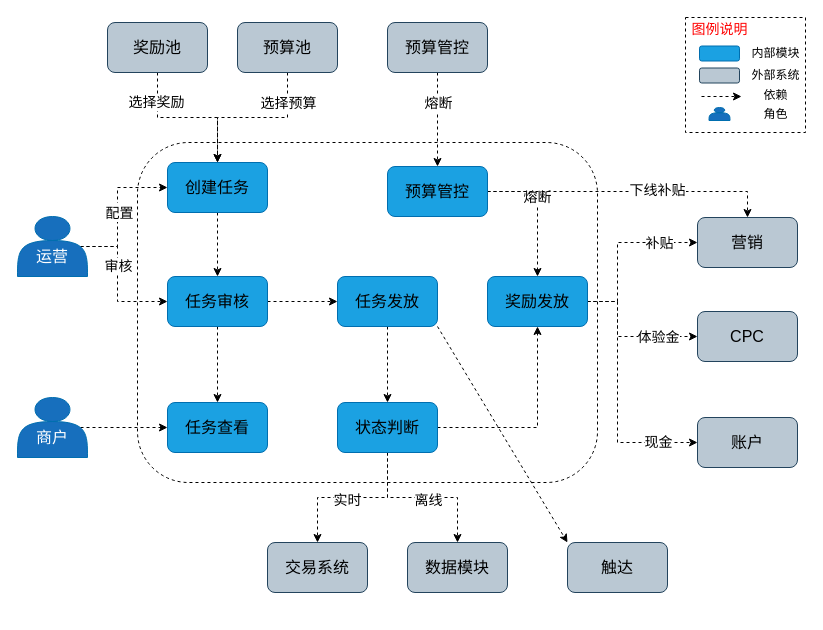
This is 疫情春保.drawio from jon-kong/draw.io, a draw.io file, before an edit. Source tidied: cells renumbered, new cells numbered last; positions are measured from the earlier drawing's top-left corner, leaving out a move shared by most shapes. Both pictures are drawn from the tidied source at 100%, with x=0, y=0 at pixel (17, 17).
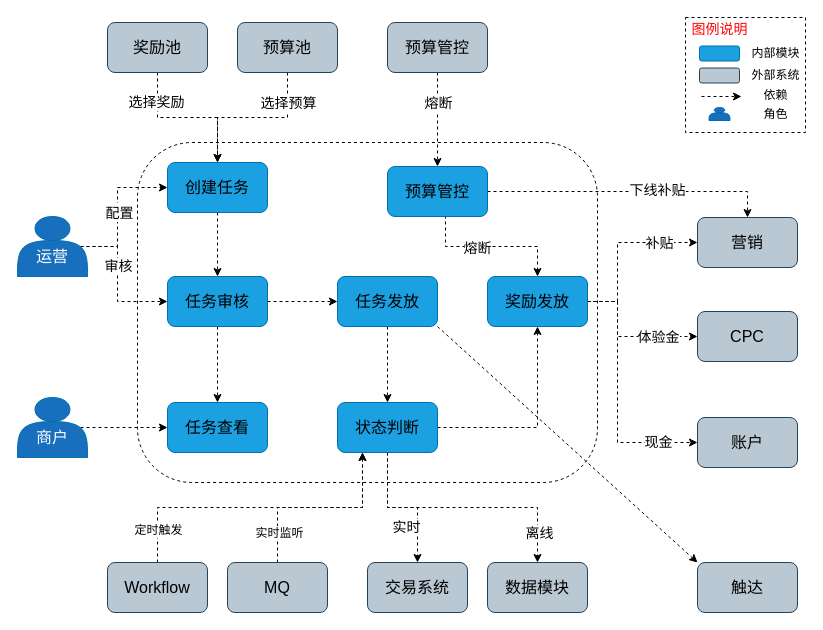
The same page after the edit.

Unchanged cells that the change refers to:
```xml
<mxCell id="29" value="预算管控" style="rounded=1;whiteSpace=wrap;html=1;fillColor=#1ba1e2;strokeColor=#006EAF;fontColor=#000000;fontSize=16;" parent="1" vertex="1">
  <mxGeometry x="370" y="149" width="100" height="50" as="geometry" />
</mxCell>
<mxCell id="31" style="edgeStyle=orthogonalEdgeStyle;rounded=0;jettySize=auto;html=1;exitX=0.5;exitY=1;exitDx=0;exitDy=0;dashed=1;fontSize=14;fontColor=#000000;" parent="1" edge="1" source="35" target="46">
  <mxGeometry relative="1" as="geometry" />
</mxCell>
<mxCell id="35" value="状态判断" style="rounded=1;whiteSpace=wrap;html=1;fillColor=#1ba1e2;strokeColor=#006EAF;fontColor=#000000;fontSize=16;" parent="1" vertex="1">
  <mxGeometry x="320" y="385" width="100" height="50" as="geometry" />
</mxCell>
<mxCell id="42" value="奖励发放" style="rounded=1;whiteSpace=wrap;html=1;fillColor=#1ba1e2;strokeColor=#006EAF;fontColor=#000000;fontSize=16;" parent="1" vertex="1">
  <mxGeometry x="470" y="259" width="100" height="50" as="geometry" />
</mxCell>
```

What changed in the source:
```diff
@@
-    <mxCell id="2" style="rounded=1;whiteSpace=wrap;html=1;dashed=1;" parent="1" vertex="1">
+    <mxCell id="2" style="rounded=1;whiteSpace=wrap;html=1;dashed=1;arcSize=16;" parent="1" vertex="1">
       <mxGeometry x="120" y="125" width="460" height="340" as="geometry" />
     </mxCell>
@@
-    <mxCell id="25" style="edgeStyle=orthogonalEdgeStyle;rounded=0;jettySize=auto;html=1;exitX=1;exitY=0.5;exitDx=0;exitDy=0;dashed=1;fontSize=14;fontColor=#000000;" parent="1" edge="1" source="29" target="42">
+    <mxCell id="25" style="edgeStyle=orthogonalEdgeStyle;rounded=0;jettySize=auto;html=1;exitX=0.58;exitY=0.98;exitDx=0;exitDy=0;dashed=1;fontSize=14;fontColor=#000000;exitPerimeter=0;" parent="1" edge="1" source="29" target="42">
       <mxGeometry relative="1" as="geometry" />
     </mxCell>
@@
     <mxCell id="32" value="实时" style="text;html=1;align=center;verticalAlign=middle;labelBackgroundColor=#ffffff;fontSize=14;fontColor=#000000;" parent="31" vertex="1">
-      <mxGeometry x="0.07" y="2" relative="1" as="geometry" />
+      <mxGeometry x="0.07" y="2" relative="1" as="geometry">
+        <mxPoint x="-2" y="21" as="offset" />
+      </mxGeometry>
     </mxCell>
-    <mxCell id="33" style="edgeStyle=orthogonalEdgeStyle;rounded=0;jettySize=auto;html=1;exitX=0.5;exitY=1;exitDx=0;exitDy=0;dashed=1;fontSize=14;fontColor=#000000;" parent="1" edge="1" source="35" target="47">
+    <mxCell id="33" style="edgeStyle=orthogonalEdgeStyle;rounded=0;jettySize=auto;html=1;exitX=0.5;exitY=1;exitDx=0;exitDy=0;dashed=1;fontSize=14;fontColor=#000000;entryX=0.5;entryY=0;entryDx=0;entryDy=0;" parent="1" edge="1" source="35" target="47">
       <mxGeometry relative="1" as="geometry" />
     </mxCell>
     <mxCell id="34" value="离线" style="text;html=1;align=center;verticalAlign=middle;labelBackgroundColor=#ffffff;fontSize=14;fontColor=#000000;" parent="33" vertex="1">
       <mxGeometry x="0.53" y="1" relative="1" as="geometry">
-        <mxPoint x="-31" y="-5" as="offset" />
+        <mxPoint x="7" y="26" as="offset" />
       </mxGeometry>
     </mxCell>
@@
     <mxCell id="46" value="交易系统" style="rounded=1;whiteSpace=wrap;html=1;fillColor=#bac8d3;strokeColor=#23445d;fontSize=16;" parent="1" vertex="1">
-      <mxGeometry x="250" y="525" width="100" height="50" as="geometry" />
+      <mxGeometry x="350" y="545" width="100" height="50" as="geometry" />
     </mxCell>
     <mxCell id="47" value="数据模块" style="rounded=1;whiteSpace=wrap;html=1;fillColor=#bac8d3;strokeColor=#23445d;fontSize=16;" parent="1" vertex="1">
-      <mxGeometry x="390" y="525" width="100" height="50" as="geometry" />
+      <mxGeometry x="470" y="545" width="100" height="50" as="geometry" />
     </mxCell>
@@
     <mxCell id="61" value="触达" style="rounded=1;whiteSpace=wrap;html=1;fillColor=#bac8d3;strokeColor=#23445d;fontSize=16;" parent="1" vertex="1">
-      <mxGeometry x="550" y="525" width="100" height="50" as="geometry" />
+      <mxGeometry x="680" y="545" width="100" height="50" as="geometry" />
     </mxCell>
+    <mxCell id="62" style="edgeStyle=orthogonalEdgeStyle;rounded=0;jettySize=auto;html=1;exitX=0.5;exitY=0;exitDx=0;exitDy=0;entryX=0.25;entryY=1;entryDx=0;entryDy=0;dashed=1;fontSize=12;fontColor=#000000;" parent="1" edge="1" source="64" target="35">
+      <mxGeometry relative="1" as="geometry" />
+    </mxCell>
+    <mxCell id="63" value="定时触发" style="text;html=1;align=center;verticalAlign=middle;labelBackgroundColor=#ffffff;fontSize=12;fontColor=#000000;" parent="62" vertex="1">
+      <mxGeometry x="-0.74" y="-3" relative="1" as="geometry">
+        <mxPoint x="-3" y="8" as="offset" />
+      </mxGeometry>
+    </mxCell>
+    <mxCell id="64" value="Workflow" style="rounded=1;whiteSpace=wrap;html=1;fillColor=#bac8d3;strokeColor=#23445d;fontSize=16;" parent="1" vertex="1">
+      <mxGeometry x="90" y="545" width="100" height="50" as="geometry" />
+    </mxCell>
+    <mxCell id="65" style="edgeStyle=orthogonalEdgeStyle;rounded=0;jettySize=auto;html=1;exitX=0.5;exitY=0;exitDx=0;exitDy=0;dashed=1;fontSize=12;fontColor=#000000;entryX=0.25;entryY=1;entryDx=0;entryDy=0;" parent="1" edge="1" source="67" target="35">
+      <mxGeometry relative="1" as="geometry" />
+    </mxCell>
+    <mxCell id="66" value="实时监听" style="text;html=1;align=center;verticalAlign=middle;labelBackgroundColor=#ffffff;fontSize=12;fontColor=#000000;" parent="65" vertex="1">
+      <mxGeometry x="-0.69" y="-1" relative="1" as="geometry" />
+    </mxCell>
+    <mxCell id="67" value="MQ" style="rounded=1;whiteSpace=wrap;html=1;fillColor=#bac8d3;strokeColor=#23445d;fontSize=16;" parent="1" vertex="1">
+      <mxGeometry x="210" y="545" width="100" height="50" as="geometry" />
+    </mxCell>
```
